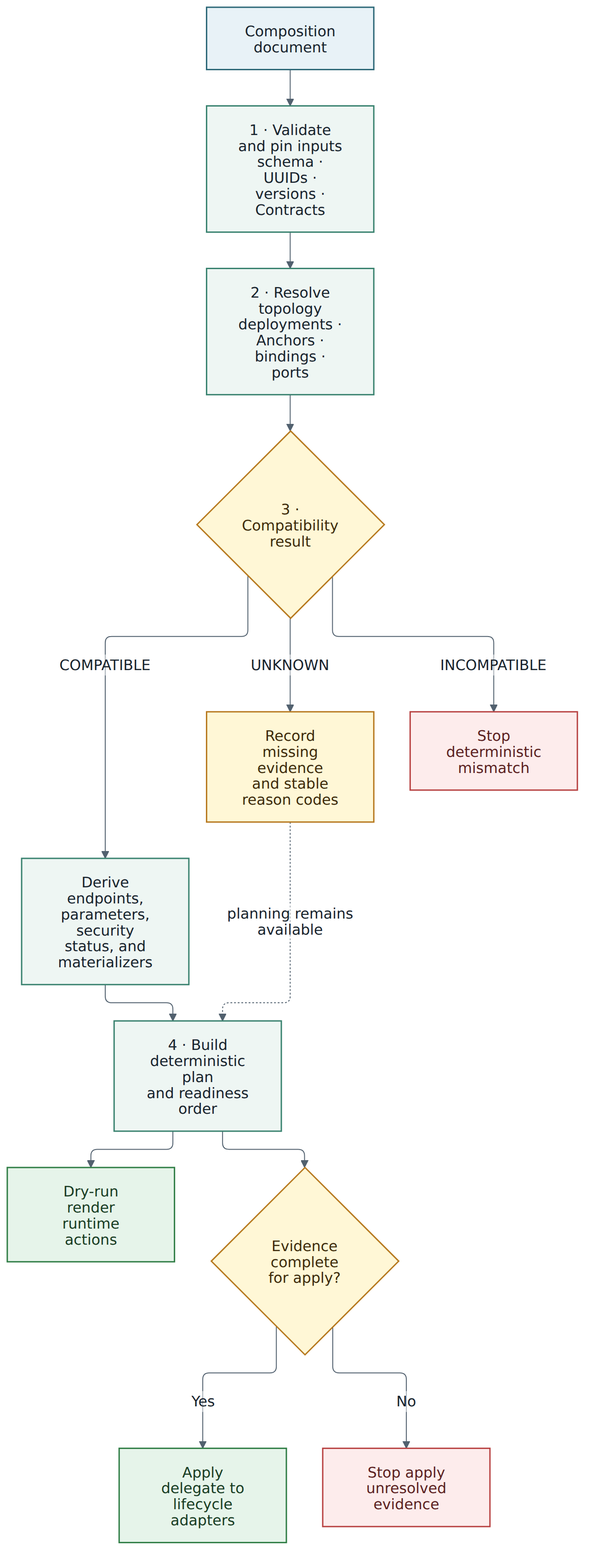
MARE-EU-Project/DOT-Docs keeps this Mermaid diagram as DOT-Design/next/dot-design/_images/diagrams/composition-resolution-pipeline.png. Above is the earlier version. Its source is kept beside it as DOT-Design/next/dot-design/_attachments/diagrams/composition-resolution-pipeline.mmd.
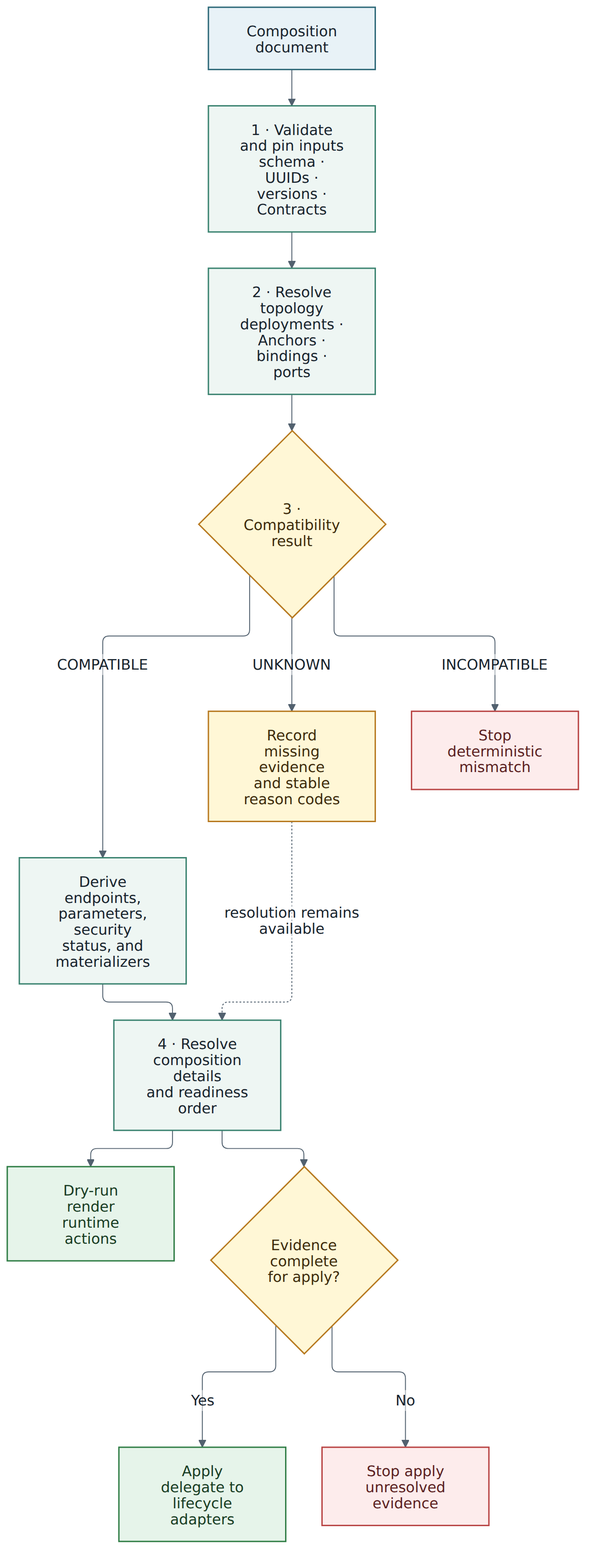
The same file after the commit.

What changed in the source:
```diff
@@ -1,6 +1,6 @@
 flowchart TD
   accTitle: Fail-closed composition resolution pipeline
-  accDescr: The composer validates and pins its inputs, resolves Anchor bindings, evaluates compatibility, produces a deterministic evidence-bearing plan, and permits apply only when evidence is complete.
+  accDescr: The composer validates and pins its inputs, resolves Anchor bindings, evaluates compatibility, produces a deterministic evidence-bearing resolved composition, and permits apply only when evidence is complete.
 
   Source["Composition document"] --> Validate["1 · Validate and pin inputs<br/>schema · UUIDs · versions · Contracts"]
   Validate --> Resolve["2 · Resolve topology<br/>deployments · Anchors · bindings · ports"]
@@ -10,10 +10,10 @@
   Compatibility -->|UNKNOWN| Explain["Record missing evidence<br/>and stable reason codes"]
   Compatibility -->|INCOMPATIBLE| Reject["Stop<br/>deterministic mismatch"]
 
-  Derive --> Plan["4 · Build deterministic plan<br/>and readiness order"]
-  Explain -.->|planning remains available| Plan
-  Plan --> DryRun["Dry-run<br/>render runtime actions"]
-  Plan --> Gate{"Evidence complete<br/>for apply?"}
+  Derive --> Resolution["4 · Resolve composition details<br/>and readiness order"]
+  Explain -.->|resolution remains available| Resolution
+  Resolution --> DryRun["Dry-run<br/>render runtime actions"]
+  Resolution --> Gate{"Evidence complete<br/>for apply?"}
   Gate -->|Yes| Apply["Apply<br/>delegate to lifecycle adapters"]
   Gate -->|No| ApplyReject["Stop apply<br/>unresolved evidence"]
 
@@ -24,7 +24,7 @@
   classDef caution fill:#fff7d6,stroke:#b7791f,color:#3d2b0a,stroke-width:1.5px;
   classDef failure fill:#fdecec,stroke:#b84242,color:#5b1f1f,stroke-width:1.5px;
   class Source input;
-  class Validate,Resolve,Derive,Plan process;
+  class Validate,Resolve,Derive,Resolution process;
   class Compatibility,Gate decision;
   class DryRun,Apply success;
   class Explain caution;
```
